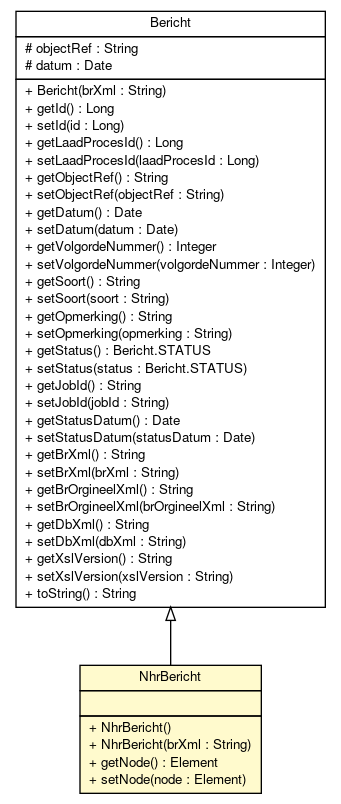
Before: brmo-loader/apidocs/nl/b3p/brmo/loader/entity/NhrBericht.png, a diagram exported from Graphviz (B3Partners/brmo). Its source is kept beside it as brmo-loader/apidocs/nl/b3p/brmo/loader/entity/NhrBericht.dot. The source it was exported from:
```dot

digraph G {
	edge [fontname="Helvetica",fontsize=10,labelfontname="Helvetica",labelfontsize=10];
	node [fontname="Helvetica",fontsize=10,shape=plaintext];
	nodesep=0.25;
	ranksep=0.5;
	c2039 [label=<<table title="nl.b3p.brmo.loader.entity.NhrBericht" border="0" cellborder="1" cellspacing="0" cellpadding="2" port="p" bgcolor="lemonChiffon" href="./NhrBericht.html">
		<tr><td><table border="0" cellspacing="0" cellpadding="1">
<tr><td align="center" balign="center"> NhrBericht </td></tr>
		</table></td></tr>
		<tr><td><table border="0" cellspacing="0" cellpadding="1">
<tr><td align="left" balign="left">  </td></tr>
		</table></td></tr>
		<tr><td><table border="0" cellspacing="0" cellpadding="1">
<tr><td align="left" balign="left"> + NhrBericht() </td></tr>
<tr><td align="left" balign="left"> + NhrBericht(brXml : String) </td></tr>
<tr><td align="left" balign="left"> + getNode() : Element </td></tr>
<tr><td align="left" balign="left"> + setNode(node : Element) </td></tr>
		</table></td></tr>
		</table>>, URL="./NhrBericht.html", fontname="Helvetica", fontcolor="black", fontsize=10.0];
	c2044 [label=<<table title="nl.b3p.brmo.loader.entity.Bericht" border="0" cellborder="1" cellspacing="0" cellpadding="2" port="p" href="./Bericht.html">
		<tr><td><table border="0" cellspacing="0" cellpadding="1">
<tr><td align="center" balign="center"> Bericht </td></tr>
		</table></td></tr>
		<tr><td><table border="0" cellspacing="0" cellpadding="1">
<tr><td align="left" balign="left"> # objectRef : String </td></tr>
<tr><td align="left" balign="left"> # datum : Date </td></tr>
		</table></td></tr>
		<tr><td><table border="0" cellspacing="0" cellpadding="1">
<tr><td align="left" balign="left"> + Bericht(brXml : String) </td></tr>
<tr><td align="left" balign="left"> + getId() : Long </td></tr>
<tr><td align="left" balign="left"> + setId(id : Long) </td></tr>
<tr><td align="left" balign="left"> + getLaadProcesId() : Long </td></tr>
<tr><td align="left" balign="left"> + setLaadProcesId(laadProcesId : Long) </td></tr>
<tr><td align="left" balign="left"> + getObjectRef() : String </td></tr>
<tr><td align="left" balign="left"> + setObjectRef(objectRef : String) </td></tr>
<tr><td align="left" balign="left"> + getDatum() : Date </td></tr>
<tr><td align="left" balign="left"> + setDatum(datum : Date) </td></tr>
<tr><td align="left" balign="left"> + getVolgordeNummer() : Integer </td></tr>
<tr><td align="left" balign="left"> + setVolgordeNummer(volgordeNummer : Integer) </td></tr>
<tr><td align="left" balign="left"> + getSoort() : String </td></tr>
<tr><td align="left" balign="left"> + setSoort(soort : String) </td></tr>
<tr><td align="left" balign="left"> + getOpmerking() : String </td></tr>
<tr><td align="left" balign="left"> + setOpmerking(opmerking : String) </td></tr>
<tr><td align="left" balign="left"> + getStatus() : Bericht.STATUS </td></tr>
<tr><td align="left" balign="left"> + setStatus(status : Bericht.STATUS) </td></tr>
<tr><td align="left" balign="left"> + getJobId() : String </td></tr>
<tr><td align="left" balign="left"> + setJobId(jobId : String) </td></tr>
<tr><td align="left" balign="left"> + getStatusDatum() : Date </td></tr>
<tr><td align="left" balign="left"> + setStatusDatum(statusDatum : Date) </td></tr>
<tr><td align="left" balign="left"> + getBrXml() : String </td></tr>
<tr><td align="left" balign="left"> + setBrXml(brXml : String) </td></tr>
<tr><td align="left" balign="left"> + getBrOrgineelXml() : String </td></tr>
<tr><td align="left" balign="left"> + setBrOrgineelXml(brOrgineelXml : String) </td></tr>
<tr><td align="left" balign="left"> + getDbXml() : String </td></tr>
<tr><td align="left" balign="left"> + setDbXml(dbXml : String) </td></tr>
<tr><td align="left" balign="left"> + getXslVersion() : String </td></tr>
<tr><td align="left" balign="left"> + setXslVersion(xslVersion : String) </td></tr>
<tr><td align="left" balign="left"> + toString() : String </td></tr>
		</table></td></tr>
		</table>>, URL="./Bericht.html", fontname="Helvetica", fontcolor="black", fontsize=10.0];
	c2044:p -> c2039:p [dir=back,arrowtail=empty];
}
```
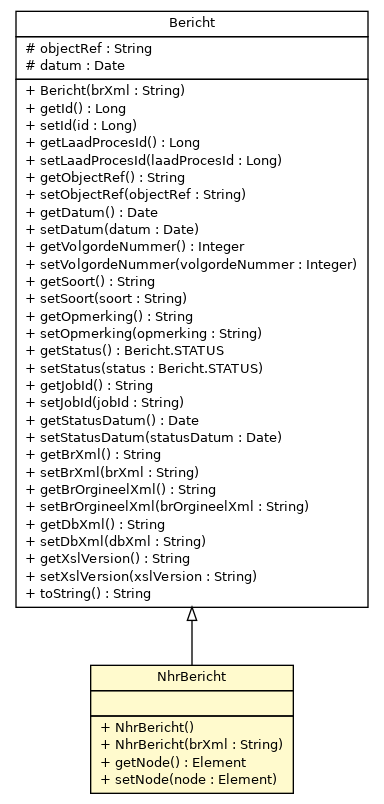
After the change.

Change to the diagram source:
```diff
@@ -4,7 +4,7 @@
 	node [fontname="Helvetica",fontsize=10,shape=plaintext];
 	nodesep=0.25;
 	ranksep=0.5;
-	c2039 [label=<<table title="nl.b3p.brmo.loader.entity.NhrBericht" border="0" cellborder="1" cellspacing="0" cellpadding="2" port="p" bgcolor="lemonChiffon" href="./NhrBericht.html">
+	c2033 [label=<<table title="nl.b3p.brmo.loader.entity.NhrBericht" border="0" cellborder="1" cellspacing="0" cellpadding="2" port="p" bgcolor="lemonChiffon" href="./NhrBericht.html">
 		<tr><td><table border="0" cellspacing="0" cellpadding="1">
 <tr><td align="center" balign="center"> NhrBericht </td></tr>
 		</table></td></tr>
@@ -18,7 +18,7 @@
 <tr><td align="left" balign="left"> + setNode(node : Element) </td></tr>
 		</table></td></tr>
 		</table>>, URL="./NhrBericht.html", fontname="Helvetica", fontcolor="black", fontsize=10.0];
-	c2044 [label=<<table title="nl.b3p.brmo.loader.entity.Bericht" border="0" cellborder="1" cellspacing="0" cellpadding="2" port="p" href="./Bericht.html">
+	c2039 [label=<<table title="nl.b3p.brmo.loader.entity.Bericht" border="0" cellborder="1" cellspacing="0" cellpadding="2" port="p" href="./Bericht.html">
 		<tr><td><table border="0" cellspacing="0" cellpadding="1">
 <tr><td align="center" balign="center"> Bericht </td></tr>
 		</table></td></tr>
@@ -59,5 +59,5 @@
 <tr><td align="left" balign="left"> + toString() : String </td></tr>
 		</table></td></tr>
 		</table>>, URL="./Bericht.html", fontname="Helvetica", fontcolor="black", fontsize=10.0];
-	c2044:p -> c2039:p [dir=back,arrowtail=empty];
+	c2039:p -> c2033:p [dir=back,arrowtail=empty];
 }
```
